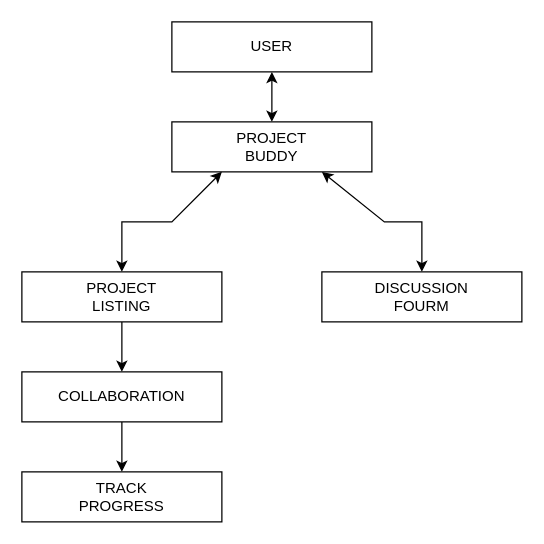
Above: page "Schematic Diagram" (2 of 7) of Untitled Diagram.drawio in Samrat1507/ProjectBuddy (draw.io), before the change. Source tidied: cells renumbered, new cells numbered last; positions are measured from the earlier drawing's top-left corner, leaving out a move shared by most shapes. Both pictures are drawn from the tidied source at 125%, with x=0, y=0 at pixel (21, 21).
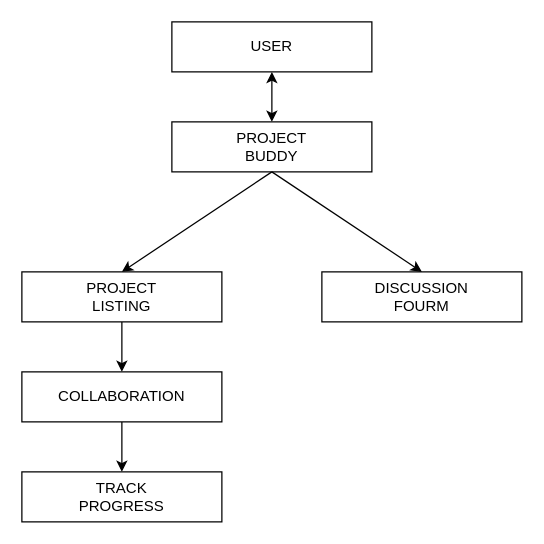
The same diagram, later.

The change refers to these unchanged cells:
```xml
<mxCell id="3" style="rounded=0;whiteSpace=wrap;html=1;" parent="1" vertex="1">
  <mxGeometry x="120" y="80" width="160" height="40" as="geometry" />
</mxCell>
<mxCell id="4" style="rounded=0;whiteSpace=wrap;html=1;" parent="1" vertex="1">
  <mxGeometry x="240" y="200" width="160" height="40" as="geometry" />
</mxCell>
<mxCell id="6" style="rounded=0;whiteSpace=wrap;html=1;" parent="1" vertex="1">
  <mxGeometry y="200" width="160" height="40" as="geometry" />
</mxCell>
```

What changed in the source:
```diff
@@
-    <mxCell id="9" style="endArrow=classic;startArrow=classic;html=1;rounded=0;entryX=0.5;entryY=1;entryDx=0;entryDy=0;exitX=0.5;exitY=0;exitDx=0;exitDy=0;" parent="1" edge="1" source="4">
-      <mxGeometry relative="1" as="geometry">
-        <mxPoint x="240" y="120" as="targetPoint" />
-        <Array as="points">
-          <mxPoint x="320" y="160" />
-          <mxPoint x="310" y="160" />
-          <mxPoint x="290" y="160" />
-        </Array>
-      </mxGeometry>
-    </mxCell>
-    <mxCell id="10" style="endArrow=classic;startArrow=classic;html=1;rounded=0;entryX=0.25;entryY=1;entryDx=0;entryDy=0;exitX=0.5;exitY=0;exitDx=0;exitDy=0;" parent="1" edge="1" source="6" target="3">
-      <mxGeometry relative="1" as="geometry">
-        <Array as="points">
-          <mxPoint x="80" y="160" />
-          <mxPoint x="120" y="160" />
-        </Array>
-      </mxGeometry>
-    </mxCell>
@@
+    <mxCell id="19" style="endArrow=classic;html=1;rounded=0;exitX=0.5;exitY=1;exitDx=0;exitDy=0;entryX=0.5;entryY=0;entryDx=0;entryDy=0;" parent="1" edge="1" source="3" target="4">
+      <mxGeometry relative="1" as="geometry" />
+    </mxCell>
+    <mxCell id="20" style="endArrow=classic;html=1;rounded=0;exitX=0.5;exitY=1;exitDx=0;exitDy=0;entryX=0.5;entryY=0;entryDx=0;entryDy=0;" parent="1" edge="1" source="3" target="6">
+      <mxGeometry relative="1" as="geometry" />
+    </mxCell>
```
